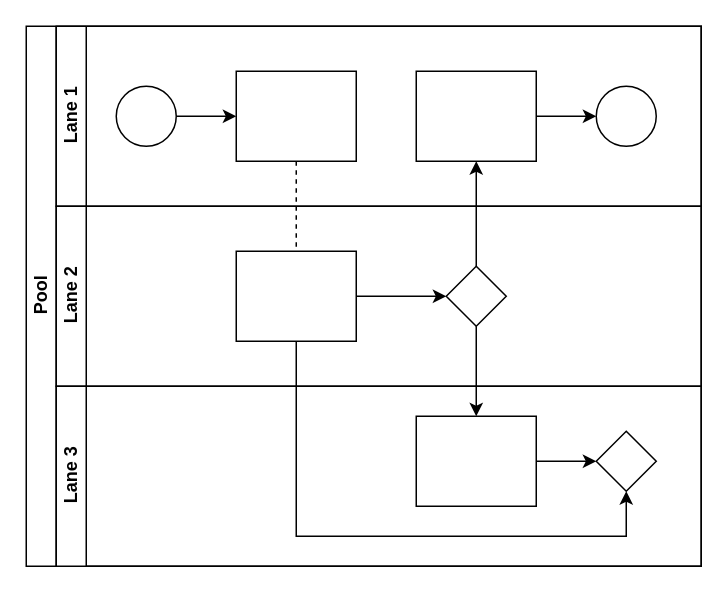
This is page "Page-1" (1 of 2) of Untitled Diagram.drawio from bentoway/senai-versoes-colaboracoes, a draw.io file, before an edit. Source tidied: cells renumbered, new cells numbered last; positions are measured from the earlier drawing's top-left corner, leaving out a move shared by most shapes. Both pictures are drawn from the tidied source at 150%, with x=0, y=0 at pixel (26, 26).
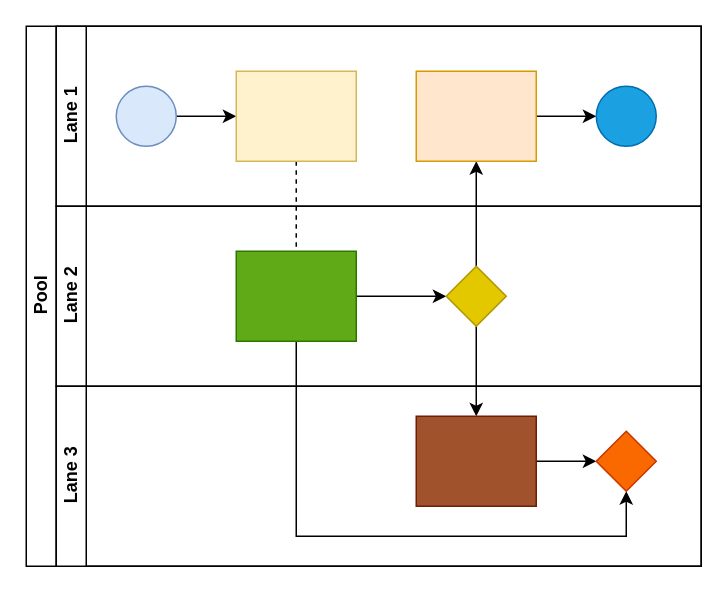
Above is the later version.

The change refers to these unchanged cells:
```xml
<mxCell id="7" value="Lane 1" style="swimlane;html=1;startSize=20;horizontal=0;" parent="2" vertex="1">
  <mxGeometry x="20" width="430" height="120" as="geometry" />
</mxCell>
<mxCell id="14" value="Lane 2" style="swimlane;html=1;startSize=20;horizontal=0;" parent="2" vertex="1">
  <mxGeometry x="20" y="120" width="430" height="120" as="geometry" />
</mxCell>
<mxCell id="18" value="Lane 3" style="swimlane;html=1;startSize=20;horizontal=0;" parent="2" vertex="1">
  <mxGeometry x="20" y="240" width="430" height="120" as="geometry" />
</mxCell>
```

Diff of the diagram source:
```diff
@@
-    <mxCell id="9" style="ellipse;whiteSpace=wrap;html=1;" parent="7" vertex="1">
+    <mxCell id="9" style="ellipse;whiteSpace=wrap;html=1;fillColor=#dae8fc;strokeColor=#6c8ebf;" parent="7" vertex="1">
       <mxGeometry x="40" y="40" width="40" height="40" as="geometry" />
     </mxCell>
-    <mxCell id="10" style="rounded=0;whiteSpace=wrap;html=1;fontFamily=Helvetica;fontSize=12;fontColor=#000000;align=center;" parent="7" vertex="1">
+    <mxCell id="10" style="rounded=0;whiteSpace=wrap;html=1;fontFamily=Helvetica;fontSize=12;align=center;fillColor=#fff2cc;strokeColor=#d6b656;" parent="7" vertex="1">
       <mxGeometry x="120" y="30" width="80" height="60" as="geometry" />
     </mxCell>
@@
-    <mxCell id="12" style="rounded=0;whiteSpace=wrap;html=1;fontFamily=Helvetica;fontSize=12;fontColor=#000000;align=center;" parent="7" vertex="1">
+    <mxCell id="12" style="rounded=0;whiteSpace=wrap;html=1;fontFamily=Helvetica;fontSize=12;align=center;fillColor=#ffe6cc;strokeColor=#d79b00;" parent="7" vertex="1">
       <mxGeometry x="240" y="30" width="80" height="60" as="geometry" />
     </mxCell>
-    <mxCell id="13" style="ellipse;whiteSpace=wrap;html=1;" parent="7" vertex="1">
+    <mxCell id="13" style="ellipse;whiteSpace=wrap;html=1;fillColor=#1ba1e2;strokeColor=#006EAF;fontColor=#ffffff;" parent="7" vertex="1">
       <mxGeometry x="360" y="40" width="40" height="40" as="geometry" />
     </mxCell>
@@
-    <mxCell id="16" style="rounded=0;whiteSpace=wrap;html=1;fontFamily=Helvetica;fontSize=12;fontColor=#000000;align=center;" parent="14" vertex="1">
+    <mxCell id="16" style="rounded=0;whiteSpace=wrap;html=1;fontFamily=Helvetica;fontSize=12;fontColor=#ffffff;align=center;fillColor=#60a917;strokeColor=#2D7600;" parent="14" vertex="1">
       <mxGeometry x="120" y="30" width="80" height="60" as="geometry" />
     </mxCell>
-    <mxCell id="17" style="rhombus;whiteSpace=wrap;html=1;fontFamily=Helvetica;fontSize=12;fontColor=#000000;align=center;" parent="14" vertex="1">
+    <mxCell id="17" style="rhombus;whiteSpace=wrap;html=1;fontFamily=Helvetica;fontSize=12;fontColor=#000000;align=center;fillColor=#e3c800;strokeColor=#B09500;" parent="14" vertex="1">
       <mxGeometry x="260" y="40" width="40" height="40" as="geometry" />
     </mxCell>
@@
-    <mxCell id="20" style="rounded=0;whiteSpace=wrap;html=1;fontFamily=Helvetica;fontSize=12;fontColor=#000000;align=center;" parent="18" vertex="1">
+    <mxCell id="20" style="rounded=0;whiteSpace=wrap;html=1;fontFamily=Helvetica;fontSize=12;fontColor=#ffffff;align=center;fillColor=#a0522d;strokeColor=#6D1F00;" parent="18" vertex="1">
       <mxGeometry x="240" y="20" width="80" height="60" as="geometry" />
     </mxCell>
-    <mxCell id="21" style="rhombus;whiteSpace=wrap;html=1;fontFamily=Helvetica;fontSize=12;fontColor=#000000;align=center;" parent="18" vertex="1">
+    <mxCell id="21" style="rhombus;whiteSpace=wrap;html=1;fontFamily=Helvetica;fontSize=12;fontColor=#000000;align=center;fillColor=#fa6800;strokeColor=#C73500;" parent="18" vertex="1">
       <mxGeometry x="360" y="30" width="40" height="40" as="geometry" />
     </mxCell>
```
